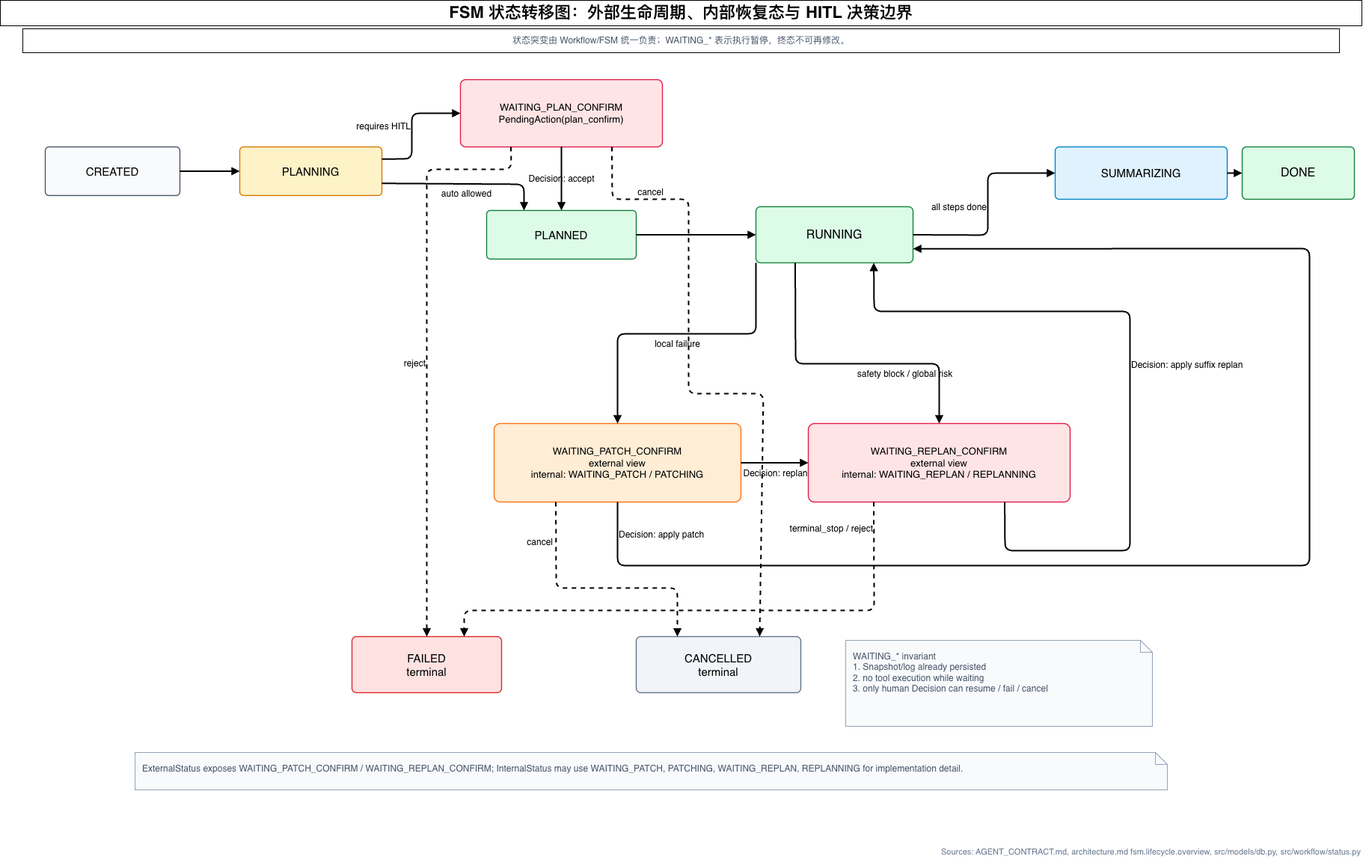
This is asserts/figures/png/fsm-state-transition.drawio.png from Yuri-Kon/thesis-project, a draw.io export, as it was before one commit. Source tidied: cells renumbered, new cells last; positions are measured from the earlier drawing's top-left corner, leaving out a move shared by most shapes. The source it was exported from:
```xml
<mxGraphModel>
  <root>
    <mxCell id="0" />
    <mxCell id="1" parent="0" />
    <mxCell id="2" value="FSM 状态转移图：外部生命周期、内部恢复态与 HITL 决策边界" style="fontFamily=Helvetica;fontSize=22;fontStyle=1;align=center;verticalAlign=middle;whiteSpace=wrap;html=1;" parent="1" vertex="1">
      <mxGeometry width="1820" height="34" as="geometry" />
    </mxCell>
    <mxCell id="3" value="状态突变由 Workflow/FSM 统一负责；WAITING_* 表示执行暂停，终态不可再修改。" style="fontFamily=Helvetica;fontSize=12;fontColor=#475569;align=center;verticalAlign=middle;whiteSpace=wrap;html=1;" parent="1" vertex="1">
      <mxGeometry x="30" y="38" width="1760" height="32" as="geometry" />
    </mxCell>
    <mxCell id="4" value="CREATED" style="rounded=1;whiteSpace=wrap;html=1;arcSize=8;fillColor=#F8FAFC;strokeColor=#475569;strokeWidth=1.4;fontFamily=Helvetica;fontSize=15;align=center;verticalAlign=middle;spacing=8;" parent="1" vertex="1">
      <mxGeometry x="60" y="196" width="180" height="65" as="geometry" />
    </mxCell>
    <mxCell id="5" value="PLANNING" style="rounded=1;whiteSpace=wrap;html=1;arcSize=8;fillColor=#FEF3C7;strokeColor=#D97706;strokeWidth=1.4;fontFamily=Helvetica;fontSize=15;align=center;verticalAlign=middle;spacing=8;" parent="1" vertex="1">
      <mxGeometry x="320" y="196" width="190" height="65" as="geometry" />
    </mxCell>
    <mxCell id="6" value="WAITING_PLAN_CONFIRM&lt;br&gt;PendingAction(plan_confirm)" style="rounded=1;whiteSpace=wrap;html=1;arcSize=8;fillColor=#FFE4E6;strokeColor=#E11D48;strokeWidth=1.4;fontFamily=Helvetica;fontSize=13;align=center;verticalAlign=middle;spacing=8;" parent="1" vertex="1">
      <mxGeometry x="615" y="106" width="270" height="90" as="geometry" />
    </mxCell>
    <mxCell id="7" value="PLANNED" style="rounded=1;whiteSpace=wrap;html=1;arcSize=8;fillColor=#DCFCE7;strokeColor=#15803D;strokeWidth=1.4;fontFamily=Helvetica;fontSize=15;align=center;verticalAlign=middle;spacing=8;" parent="1" vertex="1">
      <mxGeometry x="650" y="281" width="200" height="65" as="geometry" />
    </mxCell>
    <mxCell id="8" value="RUNNING" style="rounded=1;whiteSpace=wrap;html=1;arcSize=8;fillColor=#DCFCE7;strokeColor=#15803D;strokeWidth=1.4;fontFamily=Helvetica;fontSize=16;align=center;verticalAlign=middle;spacing=8;" parent="1" vertex="1">
      <mxGeometry x="1010" y="276" width="210" height="75" as="geometry" />
    </mxCell>
    <mxCell id="9" value="SUMMARIZING" style="rounded=1;whiteSpace=wrap;html=1;arcSize=8;fillColor=#E0F2FE;strokeColor=#0284C7;strokeWidth=1.4;fontFamily=Helvetica;fontSize=15;align=center;verticalAlign=middle;spacing=8;" parent="1" vertex="1">
      <mxGeometry x="1410" y="196" width="230" height="70" as="geometry" />
    </mxCell>
    <mxCell id="10" value="DONE" style="rounded=1;whiteSpace=wrap;html=1;arcSize=8;fillColor=#DCFCE7;strokeColor=#15803D;strokeWidth=1.4;fontFamily=Helvetica;fontSize=16;align=center;verticalAlign=middle;spacing=8;" parent="1" vertex="1">
      <mxGeometry x="1660" y="196" width="150" height="70" as="geometry" />
    </mxCell>
    <mxCell id="11" value="WAITING_PATCH_CONFIRM&lt;br&gt;external view&lt;br&gt;internal: WAITING_PATCH / PATCHING" style="rounded=1;whiteSpace=wrap;html=1;arcSize=8;fillColor=#FFEDD5;strokeColor=#F97316;strokeWidth=1.4;fontFamily=Helvetica;fontSize=13;align=center;verticalAlign=middle;spacing=8;" parent="1" vertex="1">
      <mxGeometry x="660" y="566" width="330" height="105" as="geometry" />
    </mxCell>
    <mxCell id="12" value="WAITING_REPLAN_CONFIRM&lt;br&gt;external view&lt;br&gt;internal: WAITING_REPLAN / REPLANNING" style="rounded=1;whiteSpace=wrap;html=1;arcSize=8;fillColor=#FFE4E6;strokeColor=#E11D48;strokeWidth=1.4;fontFamily=Helvetica;fontSize=13;align=center;verticalAlign=middle;spacing=8;" parent="1" vertex="1">
      <mxGeometry x="1080" y="566" width="350" height="105" as="geometry" />
    </mxCell>
    <mxCell id="13" value="FAILED&lt;br&gt;terminal" style="rounded=1;whiteSpace=wrap;html=1;arcSize=8;fillColor=#FEE2E2;strokeColor=#DC2626;strokeWidth=1.4;fontFamily=Helvetica;fontSize=15;align=center;verticalAlign=middle;spacing=8;" parent="1" vertex="1">
      <mxGeometry x="470" y="851" width="200" height="75" as="geometry" />
    </mxCell>
    <mxCell id="14" value="CANCELLED&lt;br&gt;terminal" style="rounded=1;whiteSpace=wrap;html=1;arcSize=8;fillColor=#F1F5F9;strokeColor=#64748B;strokeWidth=1.4;fontFamily=Helvetica;fontSize=15;align=center;verticalAlign=middle;spacing=8;" parent="1" vertex="1">
      <mxGeometry x="850" y="851" width="220" height="75" as="geometry" />
    </mxCell>
    <mxCell id="15" style="endArrow=block;html=1;rounded=1;strokeWidth=2;fontSize=12;fontFamily=Helvetica;labelBackgroundColor=none;" parent="1" edge="1" source="4" target="5">
      <mxGeometry relative="1" as="geometry" />
    </mxCell>
    <mxCell id="16" value="requires HITL" style="endArrow=block;html=1;rounded=1;strokeWidth=2;fontSize=12;fontFamily=Helvetica;labelBackgroundColor=none;exitX=1;exitY=0.25;exitDx=0;exitDy=0;entryX=0;entryY=0.5;entryDx=0;entryDy=0;labelPosition=left;verticalLabelPosition=middle;align=right;verticalAlign=middle;" parent="1" edge="1" source="5" target="6">
      <mxGeometry relative="1" as="geometry">
        <Array as="points">
          <mxPoint x="550" y="212" />
          <mxPoint x="550" y="151" />
        </Array>
      </mxGeometry>
    </mxCell>
    <mxCell id="17" value="auto allowed" style="endArrow=block;html=1;rounded=1;strokeWidth=2;fontSize=12;fontFamily=Helvetica;labelBackgroundColor=none;entryX=0.25;entryY=0;entryDx=0;entryDy=0;exitX=1;exitY=0.75;exitDx=0;exitDy=0;labelPosition=center;verticalLabelPosition=bottom;align=center;verticalAlign=top;" parent="1" edge="1" source="5" target="7">
      <mxGeometry relative="1" as="geometry">
        <Array as="points">
          <mxPoint x="700" y="246" />
        </Array>
      </mxGeometry>
    </mxCell>
    <mxCell id="18" value="Decision: accept" style="endArrow=block;html=1;rounded=1;strokeWidth=2;fontSize=12;fontFamily=Helvetica;labelBackgroundColor=none;" parent="1" edge="1" source="6" target="7">
      <mxGeometry relative="1" as="geometry" />
    </mxCell>
    <mxCell id="19" style="endArrow=block;html=1;rounded=1;strokeWidth=2;fontSize=12;fontFamily=Helvetica;labelBackgroundColor=none;" parent="1" edge="1" source="7" target="8">
      <mxGeometry relative="1" as="geometry" />
    </mxCell>
    <mxCell id="20" value="all steps done" style="endArrow=block;html=1;rounded=1;strokeWidth=2;fontSize=12;fontFamily=Helvetica;labelBackgroundColor=none;exitX=1;exitY=0.5;exitDx=0;exitDy=0;entryX=0;entryY=0.5;entryDx=0;entryDy=0;labelPosition=left;verticalLabelPosition=middle;align=right;verticalAlign=middle;" parent="1" edge="1">
      <mxGeometry relative="1" as="geometry">
        <mxPoint x="1220" y="313.5" as="sourcePoint" />
        <mxPoint x="1410" y="231" as="targetPoint" />
        <Array as="points">
          <mxPoint x="1320" y="314" />
          <mxPoint x="1320" y="231" />
        </Array>
      </mxGeometry>
    </mxCell>
    <mxCell id="21" style="endArrow=block;html=1;rounded=1;strokeWidth=2;fontSize=12;fontFamily=Helvetica;labelBackgroundColor=none;" parent="1" edge="1" source="9" target="10">
      <mxGeometry relative="1" as="geometry" />
    </mxCell>
    <mxCell id="22" value="local failure" style="endArrow=block;html=1;rounded=1;strokeWidth=2;fontSize=12;fontFamily=Helvetica;labelBackgroundColor=none;exitX=0;exitY=1;exitDx=0;exitDy=0;labelPosition=center;verticalLabelPosition=bottom;align=center;verticalAlign=top;" parent="1" edge="1" source="8" target="11">
      <mxGeometry relative="1" as="geometry">
        <Array as="points">
          <mxPoint x="1010" y="446" />
          <mxPoint x="825" y="446" />
        </Array>
      </mxGeometry>
    </mxCell>
    <mxCell id="23" value="safety block / global risk" style="endArrow=block;html=1;rounded=1;strokeWidth=2;fontSize=12;fontFamily=Helvetica;labelBackgroundColor=none;exitX=0.25;exitY=1;exitDx=0;exitDy=0;labelPosition=center;verticalLabelPosition=bottom;align=center;verticalAlign=top;" parent="1" edge="1" source="8" target="12">
      <mxGeometry x="0.39" relative="1" as="geometry">
        <Array as="points">
          <mxPoint x="1063" y="486" />
          <mxPoint x="1255" y="486" />
        </Array>
      </mxGeometry>
    </mxCell>
    <mxCell id="24" value="Decision: apply patch" style="endArrow=block;html=1;rounded=1;strokeWidth=2;fontSize=12;fontFamily=Helvetica;labelBackgroundColor=none;entryX=1;entryY=0.75;entryDx=0;entryDy=0;labelPosition=right;verticalLabelPosition=middle;align=left;verticalAlign=middle;" parent="1" edge="1" source="11" target="8">
      <mxGeometry x="-0.95" relative="1" as="geometry">
        <Array as="points">
          <mxPoint x="825" y="756" />
          <mxPoint x="1750" y="756" />
          <mxPoint x="1750" y="332" />
        </Array>
      </mxGeometry>
    </mxCell>
    <mxCell id="25" value="Decision: replan" style="endArrow=block;html=1;rounded=1;strokeWidth=2;fontSize=12;fontFamily=Helvetica;labelBackgroundColor=none;labelPosition=center;verticalLabelPosition=bottom;align=center;verticalAlign=top;" parent="1" edge="1" source="11" target="12">
      <mxGeometry relative="1" as="geometry" />
    </mxCell>
    <mxCell id="26" value="Decision: apply suffix replan" style="endArrow=block;html=1;rounded=1;strokeWidth=2;fontSize=12;fontFamily=Helvetica;labelBackgroundColor=none;entryX=0.75;entryY=1;entryDx=0;entryDy=0;exitX=0.75;exitY=1;exitDx=0;exitDy=0;labelPosition=right;verticalLabelPosition=middle;align=left;verticalAlign=middle;" parent="1" edge="1" source="12" target="8">
      <mxGeometry relative="1" as="geometry">
        <Array as="points">
          <mxPoint x="1343" y="736" />
          <mxPoint x="1510" y="736" />
          <mxPoint x="1510" y="416" />
          <mxPoint x="1168" y="416" />
        </Array>
      </mxGeometry>
    </mxCell>
    <mxCell id="27" value="reject" style="endArrow=block;html=1;rounded=1;strokeWidth=2;fontSize=12;fontFamily=Helvetica;labelBackgroundColor=none;dashed=1;exitX=0.25;exitY=1;exitDx=0;exitDy=0;entryX=0.5;entryY=0;entryDx=0;entryDy=0;labelPosition=left;verticalLabelPosition=middle;align=right;verticalAlign=middle;" parent="1" edge="1" source="6" target="13">
      <mxGeometry x="0.05" relative="1" as="geometry">
        <Array as="points">
          <mxPoint x="683" y="226" />
          <mxPoint x="570" y="226" />
        </Array>
      </mxGeometry>
    </mxCell>
    <mxCell id="28" value="cancel" style="endArrow=block;html=1;rounded=1;strokeWidth=2;fontSize=12;fontFamily=Helvetica;labelBackgroundColor=none;dashed=1;exitX=0.75;exitY=1;exitDx=0;exitDy=0;entryX=0.75;entryY=0;entryDx=0;entryDy=0;labelPosition=center;verticalLabelPosition=top;align=center;verticalAlign=bottom;" parent="1" edge="1" source="6" target="14">
      <mxGeometry x="-0.72" relative="1" as="geometry">
        <Array as="points">
          <mxPoint x="818" y="266" />
          <mxPoint x="920" y="266" />
          <mxPoint x="920" y="526" />
          <mxPoint x="1020" y="526" />
        </Array>
      </mxGeometry>
    </mxCell>
    <mxCell id="29" value="cancel" style="endArrow=block;html=1;rounded=1;strokeWidth=2;fontSize=12;fontFamily=Helvetica;labelBackgroundColor=none;dashed=1;exitX=0.25;exitY=1;exitDx=0;exitDy=0;entryX=0.25;entryY=0;entryDx=0;entryDy=0;labelPosition=left;verticalLabelPosition=middle;align=right;verticalAlign=middle;" parent="1" edge="1" source="11" target="14">
      <mxGeometry x="-0.68" y="-3" relative="1" as="geometry">
        <Array as="points">
          <mxPoint x="743" y="786" />
          <mxPoint x="905" y="786" />
        </Array>
      </mxGeometry>
    </mxCell>
    <mxCell id="30" value="terminal_stop / reject" style="endArrow=block;html=1;rounded=1;strokeWidth=2;fontSize=12;fontFamily=Helvetica;labelBackgroundColor=none;dashed=1;exitX=0.25;exitY=1;exitDx=0;exitDy=0;entryX=0.75;entryY=0;entryDx=0;entryDy=0;labelPosition=left;verticalLabelPosition=middle;align=right;verticalAlign=middle;" parent="1" edge="1" source="12" target="13">
      <mxGeometry x="-0.9" relative="1" as="geometry">
        <Array as="points">
          <mxPoint x="1168" y="816" />
          <mxPoint x="620" y="816" />
        </Array>
      </mxGeometry>
    </mxCell>
    <mxCell id="31" value="WAITING_* invariant&lt;br&gt;1. Snapshot/log already persisted&lt;br&gt;2. no tool execution while waiting&lt;br&gt;3. only human Decision can resume / fail / cancel" style="shape=note;whiteSpace=wrap;html=1;size=16;fillColor=#F8FAFC;strokeColor=#94A3B8;fontFamily=Helvetica;fontSize=13;fontSize=12;fontColor=#475569;align=left;verticalAlign=top;spacing=10;" parent="1" vertex="1">
      <mxGeometry x="1130" y="856" width="410" height="115" as="geometry" />
    </mxCell>
    <mxCell id="32" value="ExternalStatus exposes WAITING_PATCH_CONFIRM / WAITING_REPLAN_CONFIRM; InternalStatus may use WAITING_PATCH, PATCHING, WAITING_REPLAN, REPLANNING for implementation detail." style="shape=note;whiteSpace=wrap;html=1;size=16;fillColor=#F8FAFC;strokeColor=#94A3B8;fontFamily=Helvetica;fontSize=13;fontSize=12;fontColor=#475569;align=left;verticalAlign=top;spacing=10;" parent="1" vertex="1">
      <mxGeometry x="180" y="1006" width="1380" height="50" as="geometry" />
    </mxCell>
    <mxCell id="33" value="Sources: AGENT_CONTRACT.md, architecture.md fsm.lifecycle.overview, src/models/db.py, src/workflow/status.py" style="text;html=1;strokeColor=none;fillColor=none;fontSize=11;fontColor=#64748B;align=right;" parent="1" vertex="1">
      <mxGeometry y="1126" width="1820" height="30" as="geometry" />
    </mxCell>
  </root>
</mxGraphModel>
```
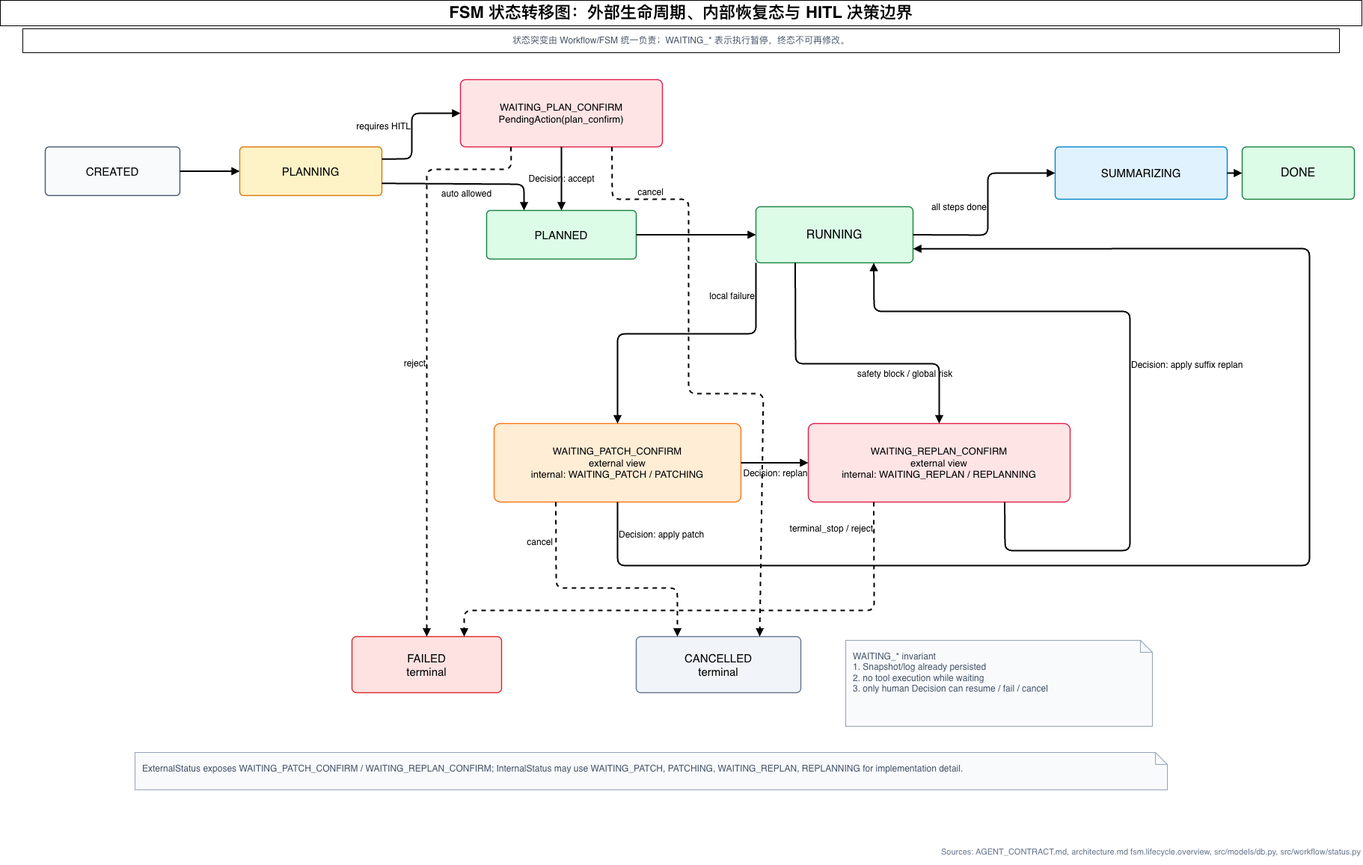
After the change.

Commit message:
figure: 调整fsm流转图

Change to the diagram source:
```diff
@@ -78,12 +78,13 @@
     <mxCell id="21" style="endArrow=block;html=1;rounded=1;strokeWidth=2;fontSize=12;fontFamily=Helvetica;labelBackgroundColor=none;" parent="1" edge="1" source="9" target="10">
       <mxGeometry relative="1" as="geometry" />
     </mxCell>
-    <mxCell id="22" value="local failure" style="endArrow=block;html=1;rounded=1;strokeWidth=2;fontSize=12;fontFamily=Helvetica;labelBackgroundColor=none;exitX=0;exitY=1;exitDx=0;exitDy=0;labelPosition=center;verticalLabelPosition=bottom;align=center;verticalAlign=top;" parent="1" edge="1" source="8" target="11">
-      <mxGeometry relative="1" as="geometry">
+    <mxCell id="22" value="local failure" style="endArrow=block;html=1;rounded=1;strokeWidth=2;fontSize=12;fontFamily=Helvetica;labelBackgroundColor=none;exitX=0;exitY=1;exitDx=0;exitDy=0;labelPosition=left;verticalLabelPosition=middle;align=right;verticalAlign=middle;" parent="1" edge="1" source="8" target="11">
+      <mxGeometry x="-0.78" relative="1" as="geometry">
         <Array as="points">
           <mxPoint x="1010" y="446" />
           <mxPoint x="825" y="446" />
         </Array>
+        <mxPoint y="1" as="offset" />
       </mxGeometry>
     </mxCell>
     <mxCell id="23" value="safety block / global risk" style="endArrow=block;html=1;rounded=1;strokeWidth=2;fontSize=12;fontFamily=Helvetica;labelBackgroundColor=none;exitX=0.25;exitY=1;exitDx=0;exitDy=0;labelPosition=center;verticalLabelPosition=bottom;align=center;verticalAlign=top;" parent="1" edge="1" source="8" target="12">
```
